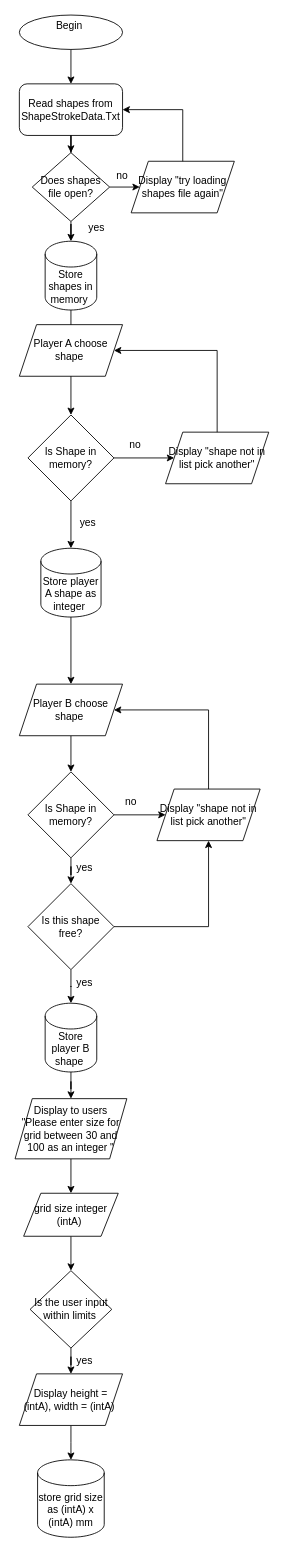
Before: page "main" (1 of 5) of Untitled Diagram.drawio in egykb8/Robot, a draw.io diagram. Source tidied: cells renumbered, new cells numbered last; positions are measured from the earlier drawing's top-left corner, leaving out a move shared by most shapes. Both pictures are drawn from the tidied source at 86%, with x=0, y=0 at pixel (15, 15).
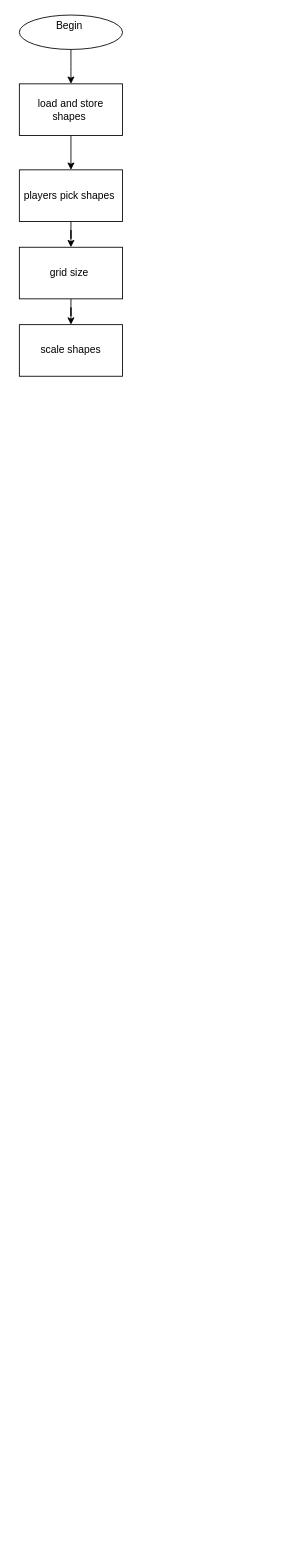
The same diagram, later.

The change refers to these unchanged cells:
```xml
<mxCell id="3" value="Begin&amp;nbsp;&lt;div&gt;&lt;br&gt;&lt;/div&gt;" style="ellipse;whiteSpace=wrap;html=1;shapeInside=1;" parent="1" vertex="1">
  <mxGeometry x="5" width="120" height="40" as="geometry" />
</mxCell>
```

Diff of the diagram source:
```diff
@@
-    <mxCell id="2" style="edgeStyle=orthogonalEdgeStyle;rounded=0;jettySize=auto;html=1;defaultLabelBackgroundColor=page;" parent="1" edge="1" source="3" target="4">
-      <mxGeometry relative="1" as="geometry" />
+    <mxCell id="2" style="edgeStyle=orthogonalEdgeStyle;rounded=0;jettySize=auto;html=1;defaultLabelBackgroundColor=page;" parent="1" edge="1" source="3">
+      <mxGeometry relative="1" as="geometry">
+        <mxPoint x="65" y="80" as="targetPoint" />
+      </mxGeometry>
     </mxCell>
@@
-    <mxCell id="4" value="Read shapes from ShapeStrokeData.Txt" style="rounded=1;whiteSpace=wrap;html=1;roundedPerimeter=1;" parent="1" vertex="1">
-      <mxGeometry x="5" y="80" width="120" height="60" as="geometry" />
-    </mxCell>
-    <mxCell id="5" style="edgeStyle=orthogonalEdgeStyle;rounded=0;jettySize=auto;html=1;defaultLabelBackgroundColor=page;entryX=0.5;entryY=0;entryDx=0;entryDy=0;" parent="1" edge="1" source="6" target="9">
-      <mxGeometry x="-0.47" relative="1" as="geometry" />
-    </mxCell>
-    <mxCell id="6" value="Store shapes in memory&amp;nbsp;" style="shape=cylinder3;whiteSpace=wrap;html=1;boundedLbl=1;backgroundOutline=1;size=15;" parent="1" vertex="1">
-      <mxGeometry x="35" y="263" width="60" height="80" as="geometry" />
-    </mxCell>
-    <mxCell id="7" style="edgeStyle=orthogonalEdgeStyle;rounded=0;jettySize=auto;html=1;defaultLabelBackgroundColor=page;" parent="1" edge="1" source="9" target="12">
-      <mxGeometry relative="1" as="geometry" />
-    </mxCell>
-    <mxCell id="8" style="edgeStyle=orthogonalEdgeStyle;rounded=0;jettySize=auto;html=1;defaultLabelBackgroundColor=page;entryX=0;entryY=0.5;entryDx=0;entryDy=0;" parent="1" edge="1" source="9" target="32">
-      <mxGeometry relative="1" as="geometry" />
-    </mxCell>
-    <mxCell id="9" value="Is Shape in memory?" style="rhombus;whiteSpace=wrap;html=1;shapeInside=1;" parent="1" vertex="1">
-      <mxGeometry x="15" y="465" width="100" height="100" as="geometry" />
-    </mxCell>
-    <mxCell id="10" value="Player A choose shape&amp;nbsp;" style="shape=parallelogram;perimeter=parallelogramPerimeter;whiteSpace=wrap;html=1;shapeInside=1;fixedSize=1;" parent="1" vertex="1">
-      <mxGeometry x="5" y="360" width="120" height="60" as="geometry" />
-    </mxCell>
-    <mxCell id="11" style="edgeStyle=orthogonalEdgeStyle;rounded=0;jettySize=auto;html=1;defaultLabelBackgroundColor=page;" parent="1" edge="1" source="12" target="31">
-      <mxGeometry relative="1" as="geometry" />
-    </mxCell>
-    <mxCell id="12" value="Store player A shape as integer&amp;nbsp;" style="shape=cylinder3;whiteSpace=wrap;html=1;boundedLbl=1;backgroundOutline=1;size=15;" parent="1" vertex="1">
-      <mxGeometry x="30" y="620" width="70" height="80" as="geometry" />
-    </mxCell>
-    <mxCell id="13" value="yes" style="text;html=1;whiteSpace=wrap;strokeColor=none;fillColor=none;align=center;verticalAlign=middle;rounded=0;" parent="1" vertex="1">
-      <mxGeometry x="55" y="576" width="60" height="30" as="geometry" />
-    </mxCell>
-    <mxCell id="14" value="no" style="text;html=1;whiteSpace=wrap;strokeColor=none;fillColor=none;align=center;verticalAlign=middle;rounded=0;" parent="1" vertex="1">
-      <mxGeometry x="110" y="485" width="60" height="30" as="geometry" />
-    </mxCell>
-    <mxCell id="15" style="edgeStyle=orthogonalEdgeStyle;rounded=0;jettySize=auto;html=1;defaultLabelBackgroundColor=page;" parent="1" edge="1" source="31" target="20">
-      <mxGeometry relative="1" as="geometry" />
-    </mxCell>
-    <mxCell id="16" style="edgeStyle=orthogonalEdgeStyle;rounded=0;jettySize=auto;html=1;defaultLabelBackgroundColor=page;" parent="1" edge="1" source="17" target="22">
-      <mxGeometry relative="1" as="geometry" />
-    </mxCell>
-    <mxCell id="17" value="Is this shape free?" style="rhombus;whiteSpace=wrap;html=1;shapeInside=1;" parent="1" vertex="1">
-      <mxGeometry x="15" y="1010" width="100" height="100" as="geometry" />
-    </mxCell>
-    <mxCell id="18" style="edgeStyle=orthogonalEdgeStyle;rounded=0;jettySize=auto;html=1;defaultLabelBackgroundColor=page;entryX=0;entryY=0.5;entryDx=0;entryDy=0;" parent="1" edge="1" source="20" target="25">
-      <mxGeometry relative="1" as="geometry" />
-    </mxCell>
-    <mxCell id="19" style="edgeStyle=orthogonalEdgeStyle;rounded=0;jettySize=auto;html=1;defaultLabelBackgroundColor=page;" parent="1" edge="1" source="20" target="17">
-      <mxGeometry relative="1" as="geometry" />
-    </mxCell>
-    <mxCell id="20" value="Is Shape in memory?" style="rhombus;whiteSpace=wrap;html=1;shapeInside=1;" parent="1" vertex="1">
-      <mxGeometry x="15" y="880" width="100" height="100" as="geometry" />
-    </mxCell>
-    <mxCell id="21" style="edgeStyle=orthogonalEdgeStyle;rounded=0;jettySize=auto;html=1;defaultLabelBackgroundColor=page;" parent="1" edge="1" source="22" target="41">
-      <mxGeometry relative="1" as="geometry" />
-    </mxCell>
-    <mxCell id="22" value="Store player B shape&amp;nbsp;" style="shape=cylinder3;whiteSpace=wrap;html=1;boundedLbl=1;backgroundOutline=1;size=15;" parent="1" vertex="1">
-      <mxGeometry x="35" y="1149" width="60" height="80" as="geometry" />
-    </mxCell>
-    <mxCell id="23" value="yes" style="text;html=1;whiteSpace=wrap;strokeColor=none;fillColor=none;align=center;verticalAlign=middle;rounded=0;" parent="1" vertex="1">
-      <mxGeometry x="51" y="977" width="60" height="30" as="geometry" />
-    </mxCell>
-    <mxCell id="24" value="yes" style="text;html=1;whiteSpace=wrap;strokeColor=none;fillColor=none;align=center;verticalAlign=middle;rounded=0;" parent="1" vertex="1">
-      <mxGeometry x="51" y="1110" width="60" height="30" as="geometry" />
-    </mxCell>
-    <mxCell id="25" value="Display &quot;shape not in list pick another&quot;" style="shape=parallelogram;perimeter=parallelogramPerimeter;whiteSpace=wrap;html=1;shapeInside=1;fixedSize=1;" parent="1" vertex="1">
-      <mxGeometry x="165" y="900" width="120" height="60" as="geometry" />
-    </mxCell>
-    <mxCell id="26" value="no" style="text;html=1;whiteSpace=wrap;strokeColor=none;fillColor=none;align=center;verticalAlign=middle;rounded=0;" parent="1" vertex="1">
-      <mxGeometry x="105" y="900" width="60" height="30" as="geometry" />
-    </mxCell>
-    <mxCell id="27" style="endArrow=classic;html=1;rounded=0;defaultLabelBackgroundColor=page;exitX=1;exitY=0.5;exitDx=0;exitDy=0;entryX=0.5;entryY=1;entryDx=0;entryDy=0;" parent="1" edge="1" source="17" target="25">
-      <mxGeometry relative="1" as="geometry">
-        <Array as="points">
-          <mxPoint x="225" y="1060" />
-        </Array>
-      </mxGeometry>
-    </mxCell>
-    <mxCell id="28" style="edgeStyle=orthogonalEdgeStyle;rounded=0;jettySize=auto;html=1;defaultLabelBackgroundColor=page;" parent="1" edge="1" source="4" target="30">
-      <mxGeometry relative="1" as="geometry" />
-    </mxCell>
-    <mxCell id="29" style="edgeStyle=orthogonalEdgeStyle;rounded=0;jettySize=auto;html=1;defaultLabelBackgroundColor=page;" parent="1" edge="1" source="30" target="6">
-      <mxGeometry relative="1" as="geometry" />
-    </mxCell>
-    <mxCell id="30" value="Does shapes file open?" style="rhombus;whiteSpace=wrap;html=1;shapeInside=1;" parent="1" vertex="1">
-      <mxGeometry x="20" y="160" width="90" height="80" as="geometry" />
-    </mxCell>
-    <mxCell id="31" value="Player B choose shape&amp;nbsp;" style="shape=parallelogram;perimeter=parallelogramPerimeter;whiteSpace=wrap;html=1;shapeInside=1;fixedSize=1;" parent="1" vertex="1">
-      <mxGeometry x="5" y="778" width="120" height="60" as="geometry" />
-    </mxCell>
-    <mxCell id="32" value="Display &quot;shape not in list pick another&quot;" style="shape=parallelogram;perimeter=parallelogramPerimeter;whiteSpace=wrap;html=1;shapeInside=1;fixedSize=1;" parent="1" vertex="1">
-      <mxGeometry x="175" y="485" width="120" height="60" as="geometry" />
-    </mxCell>
-    <mxCell id="33" style="endArrow=classic;html=1;rounded=0;defaultLabelBackgroundColor=page;entryX=1;entryY=0.5;entryDx=0;entryDy=0;exitX=0.5;exitY=0;exitDx=0;exitDy=0;" parent="1" edge="1" source="32" target="10">
-      <mxGeometry relative="1" as="geometry">
-        <Array as="points">
-          <mxPoint x="235" y="390" />
-        </Array>
-      </mxGeometry>
-    </mxCell>
-    <mxCell id="34" value="yes" style="text;html=1;whiteSpace=wrap;strokeColor=none;fillColor=none;align=center;verticalAlign=middle;rounded=0;" parent="1" vertex="1">
-      <mxGeometry x="65" y="233" width="60" height="30" as="geometry" />
-    </mxCell>
-    <mxCell id="35" style="endArrow=classic;html=1;rounded=0;defaultLabelBackgroundColor=page;exitX=1;exitY=0.5;exitDx=0;exitDy=0;" parent="1" edge="1" source="30" target="36">
-      <mxGeometry relative="1" as="geometry" />
-    </mxCell>
-    <mxCell id="36" value="Display &quot;try loading shapes file again&quot;" style="shape=parallelogram;perimeter=parallelogramPerimeter;whiteSpace=wrap;html=1;shapeInside=1;fixedSize=1;" parent="1" vertex="1">
-      <mxGeometry x="135" y="170" width="120" height="60" as="geometry" />
-    </mxCell>
-    <mxCell id="37" value="no" style="text;html=1;whiteSpace=wrap;strokeColor=none;fillColor=none;align=center;verticalAlign=middle;rounded=0;" parent="1" vertex="1">
-      <mxGeometry x="95" y="172" width="60" height="30" as="geometry" />
-    </mxCell>
-    <mxCell id="38" style="endArrow=classic;html=1;rounded=0;defaultLabelBackgroundColor=page;exitX=0.5;exitY=0;exitDx=0;exitDy=0;entryX=1;entryY=0.5;entryDx=0;entryDy=0;" parent="1" edge="1" source="36" target="4">
-      <mxGeometry relative="1" as="geometry">
-        <Array as="points">
-          <mxPoint x="195" y="110" />
-        </Array>
-      </mxGeometry>
-    </mxCell>
-    <mxCell id="39" style="endArrow=classic;html=1;rounded=0;defaultLabelBackgroundColor=page;exitX=0.5;exitY=0;exitDx=0;exitDy=0;entryX=1;entryY=0.5;entryDx=0;entryDy=0;" parent="1" edge="1" source="25" target="31">
-      <mxGeometry relative="1" as="geometry">
-        <Array as="points">
-          <mxPoint x="225" y="808" />
-        </Array>
-      </mxGeometry>
-    </mxCell>
-    <mxCell id="40" style="edgeStyle=orthogonalEdgeStyle;rounded=0;jettySize=auto;html=1;defaultLabelBackgroundColor=page;entryX=0.5;entryY=0;entryDx=0;entryDy=0;" parent="1" edge="1" source="41" target="43">
-      <mxGeometry relative="1" as="geometry" />
-    </mxCell>
-    <mxCell id="41" value="Display to users &quot;Please enter size for grid between 30 and 100 as an integer &quot;" style="shape=parallelogram;perimeter=parallelogramPerimeter;whiteSpace=wrap;html=1;shapeInside=1;fixedSize=1;" parent="1" vertex="1">
-      <mxGeometry y="1260" width="130" height="70" as="geometry" />
-    </mxCell>
-    <mxCell id="42" style="edgeStyle=orthogonalEdgeStyle;rounded=0;jettySize=auto;html=1;defaultLabelBackgroundColor=page;" parent="1" edge="1" source="43" target="45">
-      <mxGeometry relative="1" as="geometry" />
-    </mxCell>
-    <mxCell id="43" value="grid size integer (intA)&amp;nbsp;" style="shape=parallelogram;perimeter=parallelogramPerimeter;whiteSpace=wrap;html=1;shapeInside=1;fixedSize=1;" parent="1" vertex="1">
-      <mxGeometry x="10" y="1370" width="110" height="50" as="geometry" />
-    </mxCell>
-    <mxCell id="44" style="edgeStyle=orthogonalEdgeStyle;rounded=0;jettySize=auto;html=1;defaultLabelBackgroundColor=page;" parent="1" edge="1" source="45" target="47">
-      <mxGeometry relative="1" as="geometry" />
-    </mxCell>
-    <mxCell id="45" value="Is the user input within limits&amp;nbsp;" style="rhombus;whiteSpace=wrap;html=1;shapeInside=1;" parent="1" vertex="1">
-      <mxGeometry x="17.5" y="1460" width="95" height="90" as="geometry" />
-    </mxCell>
-    <mxCell id="46" style="edgeStyle=orthogonalEdgeStyle;rounded=0;jettySize=auto;html=1;defaultLabelBackgroundColor=page;" parent="1" edge="1" source="47" target="49">
-      <mxGeometry relative="1" as="geometry" />
-    </mxCell>
-    <mxCell id="47" value="Display height = (intA), width = (intA)&amp;nbsp;" style="shape=parallelogram;perimeter=parallelogramPerimeter;whiteSpace=wrap;html=1;shapeInside=1;fixedSize=1;" parent="1" vertex="1">
-      <mxGeometry x="5" y="1580" width="120" height="60" as="geometry" />
-    </mxCell>
-    <mxCell id="48" value="yes" style="text;html=1;whiteSpace=wrap;strokeColor=none;fillColor=none;align=center;verticalAlign=middle;rounded=0;" parent="1" vertex="1">
-      <mxGeometry x="51" y="1550" width="60" height="30" as="geometry" />
-    </mxCell>
-    <mxCell id="49" value="store grid size as (intA) x (intA) mm" style="shape=cylinder3;whiteSpace=wrap;html=1;boundedLbl=1;backgroundOutline=1;size=15;" parent="1" vertex="1">
-      <mxGeometry x="26.2" y="1680" width="77.5" height="90" as="geometry" />
-    </mxCell>
+    <mxCell id="50" style="edgeStyle=orthogonalEdgeStyle;rounded=0;jettySize=auto;html=1;defaultLabelBackgroundColor=page;" parent="1" edge="1" source="51" target="53">
+      <mxGeometry relative="1" as="geometry" />
+    </mxCell>
+    <mxCell id="51" value="load and store shapes&amp;nbsp;" style="rounded=0;whiteSpace=wrap;html=1;" parent="1" vertex="1">
+      <mxGeometry x="5" y="80" width="120" height="60" as="geometry" />
+    </mxCell>
+    <mxCell id="52" style="edgeStyle=orthogonalEdgeStyle;rounded=0;jettySize=auto;html=1;defaultLabelBackgroundColor=page;" parent="1" edge="1" source="53" target="55">
+      <mxGeometry relative="1" as="geometry" />
+    </mxCell>
+    <mxCell id="53" value="players pick shapes&amp;nbsp;" style="rounded=0;whiteSpace=wrap;html=1;" parent="1" vertex="1">
+      <mxGeometry x="5" y="180" width="120" height="60" as="geometry" />
+    </mxCell>
+    <mxCell id="54" style="edgeStyle=orthogonalEdgeStyle;rounded=0;jettySize=auto;html=1;defaultLabelBackgroundColor=page;" parent="1" edge="1" source="55" target="56">
+      <mxGeometry relative="1" as="geometry" />
+    </mxCell>
+    <mxCell id="55" value="grid size&amp;nbsp;" style="rounded=0;whiteSpace=wrap;html=1;" parent="1" vertex="1">
+      <mxGeometry x="5" y="270" width="120" height="60" as="geometry" />
+    </mxCell>
+    <mxCell id="56" value="scale shapes" style="rounded=0;whiteSpace=wrap;html=1;" parent="1" vertex="1">
+      <mxGeometry x="5" y="360" width="120" height="60" as="geometry" />
+    </mxCell>
```
